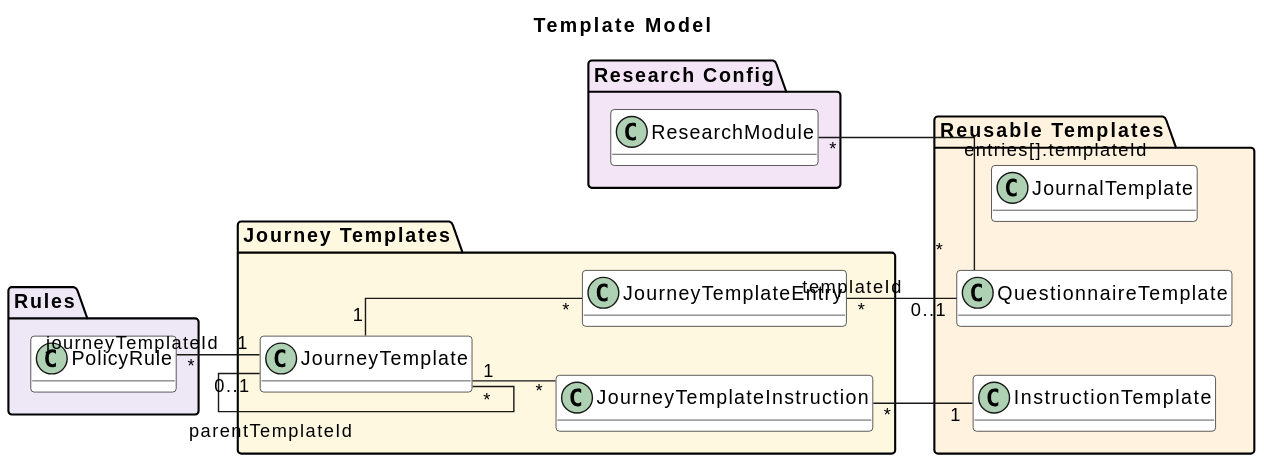
This is docs/diagrams/template-model.svg from gforge/DUK, a PlantUML export, as it was before one commit. Its diagram source:
```plantuml
@startuml

title Template Model

left to right direction
skinparam linetype ortho
skinparam shadowing false
skinparam classBackgroundColor white
hide methods
hide stereotypes

package "Journey Templates" #FFF8E1 {
  class JourneyTemplate
  class JourneyTemplateEntry
  class JourneyTemplateInstruction
}

package "Reusable Templates" #FFF3E0 {
  class QuestionnaireTemplate
  class InstructionTemplate
  class JournalTemplate
}

package "Rules" #EDE7F6 {
  class PolicyRule
}

package "Research Config" #F3E5F5 {
  class ResearchModule
}

JourneyTemplate "1" -- "*" JourneyTemplateEntry
JourneyTemplate "1" -- "*" JourneyTemplateInstruction
JourneyTemplate "0..1" -- "*" JourneyTemplate : parentTemplateId
JourneyTemplateEntry "*" -- "0..1" QuestionnaireTemplate : templateId
JourneyTemplateInstruction "*" -- "1" InstructionTemplate
PolicyRule "*" -- "1" JourneyTemplate : journeyTemplateId
ResearchModule "*" -- "*" QuestionnaireTemplate : entries[].templateId
@enduml
```
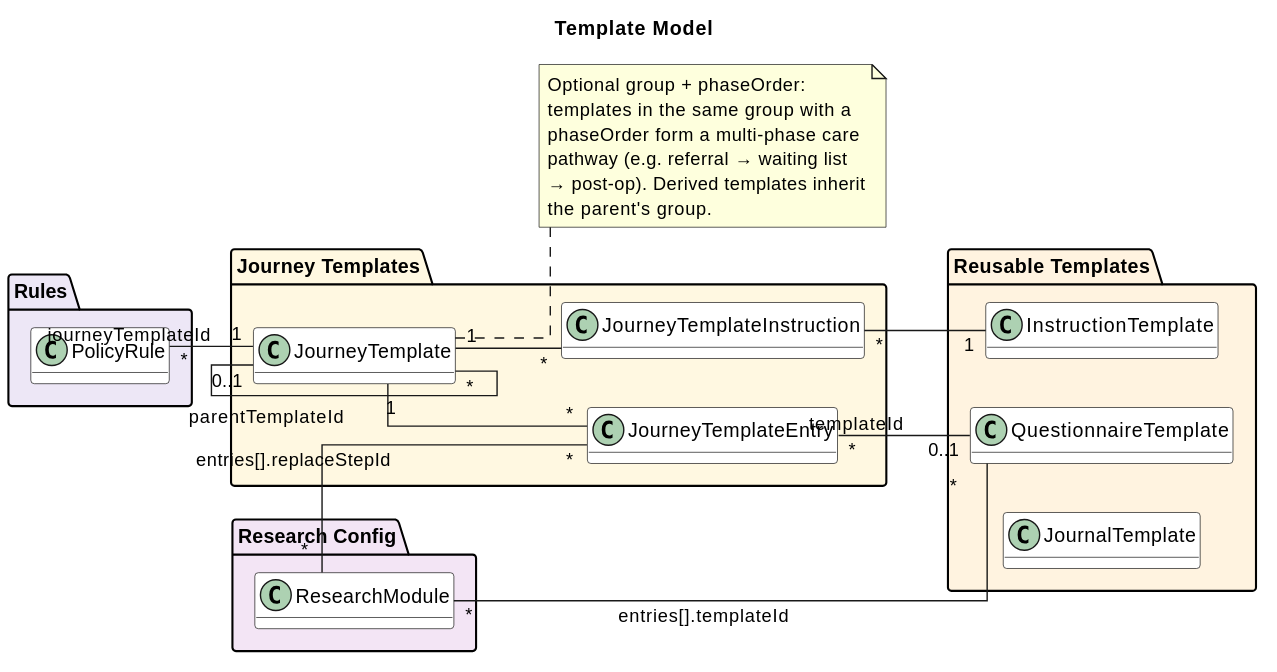
After the change.

Diff of the diagram source:
```diff
@@ -36,4 +36,14 @@
 JourneyTemplateInstruction "*" -- "1" InstructionTemplate
 PolicyRule "*" -- "1" JourneyTemplate : journeyTemplateId
 ResearchModule "*" -- "*" QuestionnaireTemplate : entries[].templateId
+ResearchModule "*" -- "*" JourneyTemplateEntry : entries[].replaceStepId
+
+note right of JourneyTemplate
+  Optional group + phaseOrder:
+  templates in the same group with a
+  phaseOrder form a multi-phase care
+  pathway (e.g. referral → waiting list
+  → post-op). Derived templates inherit
+  the parent's group.
+end note
 @enduml
```
